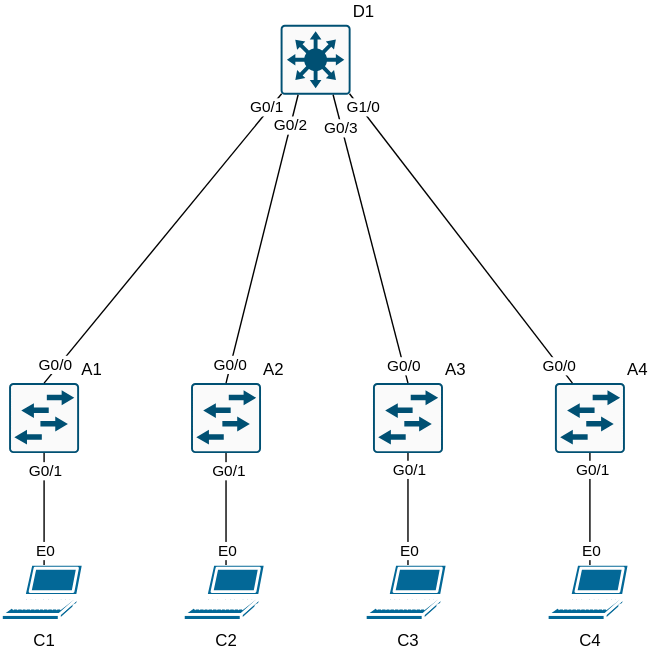
This is modules/layer-2/vlan/svi/topology/diagram.svg from ackindelt-cyber/ackindelt-networking-cml, a draw.io export, as it was before one commit. Source tidied: cells renumbered, new cells last; positions are measured from the earlier drawing's top-left corner, leaving out a move shared by most shapes.
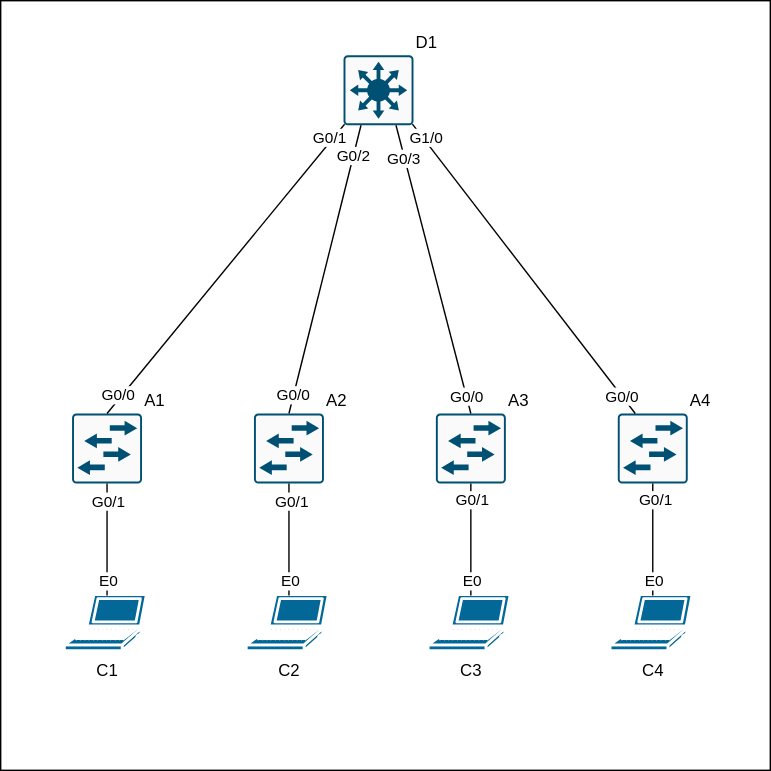
After the change.

What changed in the source:
```diff
@@ -2,6 +2,9 @@
   <root>
     <mxCell id="0" />
     <mxCell id="1" parent="0" />
+    <mxCell id="35" style="whiteSpace=wrap;html=1;" parent="1" vertex="1">
+      <mxGeometry x="-46" y="-39" width="550" height="550" as="geometry" />
+    </mxCell>
     <mxCell id="2" value="A1" style="sketch=0;points=[[0.015,0.015,0],[0.985,0.015,0],[0.985,0.985,0],[0.015,0.985,0],[0.25,0,0],[0.5,0,0],[0.75,0,0],[1,0.25,0],[1,0.5,0],[1,0.75,0],[0.75,1,0],[0.5,1,0],[0.25,1,0],[0,0.75,0],[0,0.5,0],[0,0.25,0]];verticalLabelPosition=top;html=1;verticalAlign=bottom;align=left;shape=mxgraph.cisco19.rect;prIcon=l2_switch;fillColor=#FAFAFA;strokeColor=#005073;labelPosition=right;" parent="1" vertex="1">
       <mxGeometry x="5" y="256" width="50" height="50" as="geometry" />
     </mxCell>
```
